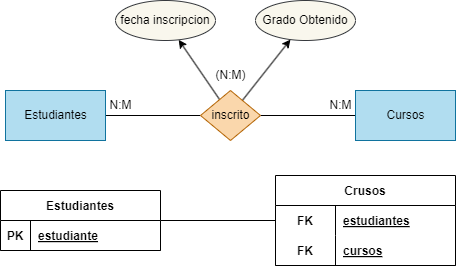
The draw.io diagram BAE/Tareas/Unidad2/Images/Ejercicio12.drawio.png in ResetMeNow/DAW, before a commit. Source tidied: cells renumbered, new cells last; positions are measured from the earlier drawing's top-left corner, leaving out a move shared by most shapes. Source of this version:
```xml
<mxGraphModel>
  <root>
    <mxCell id="0" />
    <mxCell id="1" parent="0" />
    <mxCell id="2" style="edgeStyle=none;html=1;entryX=0;entryY=0.5;entryDx=0;entryDy=0;endArrow=none;endFill=0;" parent="1" edge="1" source="3" target="8">
      <mxGeometry relative="1" as="geometry" />
    </mxCell>
    <mxCell id="3" value="Estudiantes" style="html=1;dashed=0;whitespace=wrap;fillColor=#b1ddf0;strokeColor=#10739e;" parent="1" vertex="1">
      <mxGeometry x="5" y="90" width="100" height="50" as="geometry" />
    </mxCell>
    <mxCell id="4" style="edgeStyle=none;html=1;entryX=1;entryY=0.5;entryDx=0;entryDy=0;endArrow=none;endFill=0;" parent="1" edge="1" source="5" target="8">
      <mxGeometry relative="1" as="geometry" />
    </mxCell>
    <mxCell id="5" value="Cursos" style="html=1;dashed=0;whitespace=wrap;fillColor=#b1ddf0;strokeColor=#10739e;" parent="1" vertex="1">
      <mxGeometry x="355" y="90" width="100" height="50" as="geometry" />
    </mxCell>
    <mxCell id="6" style="edgeStyle=none;html=1;" parent="1" edge="1" source="8" target="25">
      <mxGeometry relative="1" as="geometry" />
    </mxCell>
    <mxCell id="7" style="edgeStyle=none;html=1;" parent="1" edge="1" source="8" target="24">
      <mxGeometry relative="1" as="geometry" />
    </mxCell>
    <mxCell id="8" value="inscrito" style="shape=rhombus;html=1;dashed=0;whitespace=wrap;perimeter=rhombusPerimeter;fillColor=#fad7ac;strokeColor=#b46504;" parent="1" vertex="1">
      <mxGeometry x="200" y="90" width="60" height="50" as="geometry" />
    </mxCell>
    <mxCell id="9" value="N:M" style="text;html=1;align=center;verticalAlign=middle;strokeColor=none;fillColor=none;" parent="1" vertex="1">
      <mxGeometry x="95" y="90" width="50" height="30" as="geometry" />
    </mxCell>
    <mxCell id="10" value="N:M" style="text;html=1;align=center;verticalAlign=middle;strokeColor=none;fillColor=none;" parent="1" vertex="1">
      <mxGeometry x="315" y="90" width="50" height="30" as="geometry" />
    </mxCell>
    <mxCell id="11" value="(N:M)" style="text;html=1;align=center;verticalAlign=middle;strokeColor=none;fillColor=none;" parent="1" vertex="1">
      <mxGeometry x="205" y="60" width="50" height="30" as="geometry" />
    </mxCell>
    <mxCell id="12" style="edgeStyle=none;html=1;endArrow=none;endFill=0;" parent="1" edge="1" source="13" target="18">
      <mxGeometry relative="1" as="geometry" />
    </mxCell>
    <mxCell id="13" value="Estudiantes" style="shape=table;startSize=30;rowLines=0;fontStyle=1;align=center;" parent="1" vertex="1">
      <mxGeometry y="190" width="160" height="60" as="geometry" />
    </mxCell>
    <mxCell id="14" style="shape=tableRow;horizontal=0;startSize=0;swimlaneHead=0;swimlaneBody=0;fillColor=none;top=0;left=0;right=0;bottom=1;" parent="13" vertex="1">
      <mxGeometry y="30" width="160" height="30" as="geometry" />
    </mxCell>
    <mxCell id="15" value="PK" style="shape=partialRectangle;fillColor=none;top=0;left=0;bottom=0;right=0;fontStyle=1;overflow=hidden;" parent="14" vertex="1">
      <mxGeometry width="30" height="30" as="geometry" />
    </mxCell>
    <mxCell id="16" value="estudiante" style="shape=partialRectangle;fillColor=none;top=0;left=0;bottom=0;right=0;align=left;spacingLeft=6;fontStyle=5;overflow=hidden;" parent="14" vertex="1">
      <mxGeometry x="30" width="130" height="30" as="geometry" />
    </mxCell>
    <mxCell id="17" value="Crusos" style="shape=table;startSize=30;rowLines=0;fontStyle=1;align=center;" parent="1" vertex="1">
      <mxGeometry x="275" y="175" width="180" height="90" as="geometry" />
    </mxCell>
    <mxCell id="18" style="shape=tableRow;horizontal=0;startSize=0;swimlaneHead=0;swimlaneBody=0;fillColor=none;points=[[0,0.5],[1,0.5]];portConstraint=eastwest;top=0;left=0;right=0;bottom=0;" parent="17" vertex="1">
      <mxGeometry y="30" width="180" height="30" as="geometry" />
    </mxCell>
    <mxCell id="19" value="FK" style="shape=partialRectangle;fillColor=none;top=0;left=0;bottom=0;right=0;fontStyle=1;overflow=hidden;" parent="18" vertex="1">
      <mxGeometry width="60" height="30" as="geometry" />
    </mxCell>
    <mxCell id="20" value="estudiantes" style="shape=partialRectangle;fillColor=none;top=0;left=0;bottom=0;right=0;align=left;spacingLeft=6;fontStyle=5;overflow=hidden;" parent="18" vertex="1">
      <mxGeometry x="60" width="120" height="30" as="geometry" />
    </mxCell>
    <mxCell id="21" style="shape=tableRow;horizontal=0;startSize=0;swimlaneHead=0;swimlaneBody=0;fillColor=none;top=0;left=0;right=0;bottom=1;" parent="17" vertex="1">
      <mxGeometry y="60" width="180" height="30" as="geometry" />
    </mxCell>
    <mxCell id="22" value="FK" style="shape=partialRectangle;fillColor=none;top=0;left=0;bottom=0;right=0;fontStyle=1;overflow=hidden;" parent="21" vertex="1">
      <mxGeometry width="60" height="30" as="geometry" />
    </mxCell>
    <mxCell id="23" value="cursos" style="shape=partialRectangle;fillColor=none;top=0;left=0;bottom=0;right=0;align=left;spacingLeft=6;fontStyle=5;overflow=hidden;" parent="21" vertex="1">
      <mxGeometry x="60" width="120" height="30" as="geometry" />
    </mxCell>
    <mxCell id="24" value="fecha inscripcion" style="ellipse;whiteSpace=wrap;html=1;align=center;fillColor=#f9f7ed;strokeColor=#36393d;" parent="1" vertex="1">
      <mxGeometry x="115" width="100" height="40" as="geometry" />
    </mxCell>
    <mxCell id="25" value="Grado Obtenido" style="ellipse;whiteSpace=wrap;html=1;align=center;fillColor=#f9f7ed;strokeColor=#36393d;" parent="1" vertex="1">
      <mxGeometry x="255" width="100" height="40" as="geometry" />
    </mxCell>
  </root>
</mxGraphModel>
```
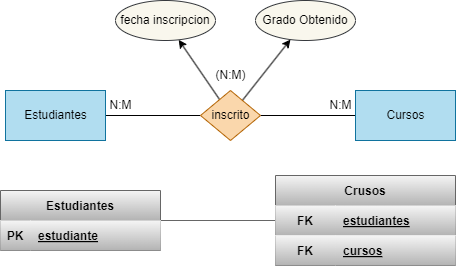
The same file after the commit.

Change to the diagram source:
```diff
@@ -32,40 +32,40 @@
     <mxCell id="11" value="(N:M)" style="text;html=1;align=center;verticalAlign=middle;strokeColor=none;fillColor=none;" parent="1" vertex="1">
       <mxGeometry x="205" y="60" width="50" height="30" as="geometry" />
     </mxCell>
-    <mxCell id="12" style="edgeStyle=none;html=1;endArrow=none;endFill=0;" parent="1" edge="1" source="13" target="18">
+    <mxCell id="12" style="edgeStyle=none;html=1;endArrow=none;endFill=0;fillColor=#f5f5f5;gradientColor=#b3b3b3;strokeColor=#666666;" parent="1" edge="1" source="13" target="18">
       <mxGeometry relative="1" as="geometry" />
     </mxCell>
-    <mxCell id="13" value="Estudiantes" style="shape=table;startSize=30;rowLines=0;fontStyle=1;align=center;" parent="1" vertex="1">
+    <mxCell id="13" value="Estudiantes" style="shape=table;startSize=30;rowLines=0;fontStyle=1;align=center;fillColor=#f5f5f5;gradientColor=#b3b3b3;strokeColor=#666666;" parent="1" vertex="1">
       <mxGeometry y="190" width="160" height="60" as="geometry" />
     </mxCell>
-    <mxCell id="14" style="shape=tableRow;horizontal=0;startSize=0;swimlaneHead=0;swimlaneBody=0;fillColor=none;top=0;left=0;right=0;bottom=1;" parent="13" vertex="1">
+    <mxCell id="14" style="shape=tableRow;horizontal=0;startSize=0;swimlaneHead=0;swimlaneBody=0;fillColor=#f5f5f5;top=0;left=0;right=0;bottom=1;gradientColor=#b3b3b3;strokeColor=#666666;" parent="13" vertex="1">
       <mxGeometry y="30" width="160" height="30" as="geometry" />
     </mxCell>
-    <mxCell id="15" value="PK" style="shape=partialRectangle;fillColor=none;top=0;left=0;bottom=0;right=0;fontStyle=1;overflow=hidden;" parent="14" vertex="1">
+    <mxCell id="15" value="PK" style="shape=partialRectangle;fillColor=#f5f5f5;top=0;left=0;bottom=0;right=0;fontStyle=1;overflow=hidden;gradientColor=#b3b3b3;strokeColor=#666666;" parent="14" vertex="1">
       <mxGeometry width="30" height="30" as="geometry" />
     </mxCell>
-    <mxCell id="16" value="estudiante" style="shape=partialRectangle;fillColor=none;top=0;left=0;bottom=0;right=0;align=left;spacingLeft=6;fontStyle=5;overflow=hidden;" parent="14" vertex="1">
+    <mxCell id="16" value="estudiante" style="shape=partialRectangle;fillColor=#f5f5f5;top=0;left=0;bottom=0;right=0;align=left;spacingLeft=6;fontStyle=5;overflow=hidden;gradientColor=#b3b3b3;strokeColor=#666666;" parent="14" vertex="1">
       <mxGeometry x="30" width="130" height="30" as="geometry" />
     </mxCell>
-    <mxCell id="17" value="Crusos" style="shape=table;startSize=30;rowLines=0;fontStyle=1;align=center;" parent="1" vertex="1">
+    <mxCell id="17" value="Crusos" style="shape=table;startSize=30;rowLines=0;fontStyle=1;align=center;fillColor=#f5f5f5;gradientColor=#b3b3b3;strokeColor=#666666;" parent="1" vertex="1">
       <mxGeometry x="275" y="175" width="180" height="90" as="geometry" />
     </mxCell>
-    <mxCell id="18" style="shape=tableRow;horizontal=0;startSize=0;swimlaneHead=0;swimlaneBody=0;fillColor=none;points=[[0,0.5],[1,0.5]];portConstraint=eastwest;top=0;left=0;right=0;bottom=0;" parent="17" vertex="1">
+    <mxCell id="18" style="shape=tableRow;horizontal=0;startSize=0;swimlaneHead=0;swimlaneBody=0;fillColor=#f5f5f5;points=[[0,0.5],[1,0.5]];portConstraint=eastwest;top=0;left=0;right=0;bottom=0;gradientColor=#b3b3b3;strokeColor=#666666;" parent="17" vertex="1">
       <mxGeometry y="30" width="180" height="30" as="geometry" />
     </mxCell>
-    <mxCell id="19" value="FK" style="shape=partialRectangle;fillColor=none;top=0;left=0;bottom=0;right=0;fontStyle=1;overflow=hidden;" parent="18" vertex="1">
+    <mxCell id="19" value="FK" style="shape=partialRectangle;fillColor=#f5f5f5;top=0;left=0;bottom=0;right=0;fontStyle=1;overflow=hidden;gradientColor=#b3b3b3;strokeColor=#666666;" parent="18" vertex="1">
       <mxGeometry width="60" height="30" as="geometry" />
     </mxCell>
-    <mxCell id="20" value="estudiantes" style="shape=partialRectangle;fillColor=none;top=0;left=0;bottom=0;right=0;align=left;spacingLeft=6;fontStyle=5;overflow=hidden;" parent="18" vertex="1">
+    <mxCell id="20" value="estudiantes" style="shape=partialRectangle;fillColor=#f5f5f5;top=0;left=0;bottom=0;right=0;align=left;spacingLeft=6;fontStyle=5;overflow=hidden;gradientColor=#b3b3b3;strokeColor=#666666;" parent="18" vertex="1">
       <mxGeometry x="60" width="120" height="30" as="geometry" />
     </mxCell>
-    <mxCell id="21" style="shape=tableRow;horizontal=0;startSize=0;swimlaneHead=0;swimlaneBody=0;fillColor=none;top=0;left=0;right=0;bottom=1;" parent="17" vertex="1">
+    <mxCell id="21" style="shape=tableRow;horizontal=0;startSize=0;swimlaneHead=0;swimlaneBody=0;fillColor=#f5f5f5;top=0;left=0;right=0;bottom=1;gradientColor=#b3b3b3;strokeColor=#666666;" parent="17" vertex="1">
       <mxGeometry y="60" width="180" height="30" as="geometry" />
     </mxCell>
-    <mxCell id="22" value="FK" style="shape=partialRectangle;fillColor=none;top=0;left=0;bottom=0;right=0;fontStyle=1;overflow=hidden;" parent="21" vertex="1">
+    <mxCell id="22" value="FK" style="shape=partialRectangle;fillColor=#f5f5f5;top=0;left=0;bottom=0;right=0;fontStyle=1;overflow=hidden;gradientColor=#b3b3b3;strokeColor=#666666;" parent="21" vertex="1">
       <mxGeometry width="60" height="30" as="geometry" />
     </mxCell>
-    <mxCell id="23" value="cursos" style="shape=partialRectangle;fillColor=none;top=0;left=0;bottom=0;right=0;align=left;spacingLeft=6;fontStyle=5;overflow=hidden;" parent="21" vertex="1">
+    <mxCell id="23" value="cursos" style="shape=partialRectangle;fillColor=#f5f5f5;top=0;left=0;bottom=0;right=0;align=left;spacingLeft=6;fontStyle=5;overflow=hidden;gradientColor=#b3b3b3;strokeColor=#666666;" parent="21" vertex="1">
       <mxGeometry x="60" width="120" height="30" as="geometry" />
     </mxCell>
     <mxCell id="24" value="fecha inscripcion" style="ellipse;whiteSpace=wrap;html=1;align=center;fillColor=#f9f7ed;strokeColor=#36393d;" parent="1" vertex="1">
```
